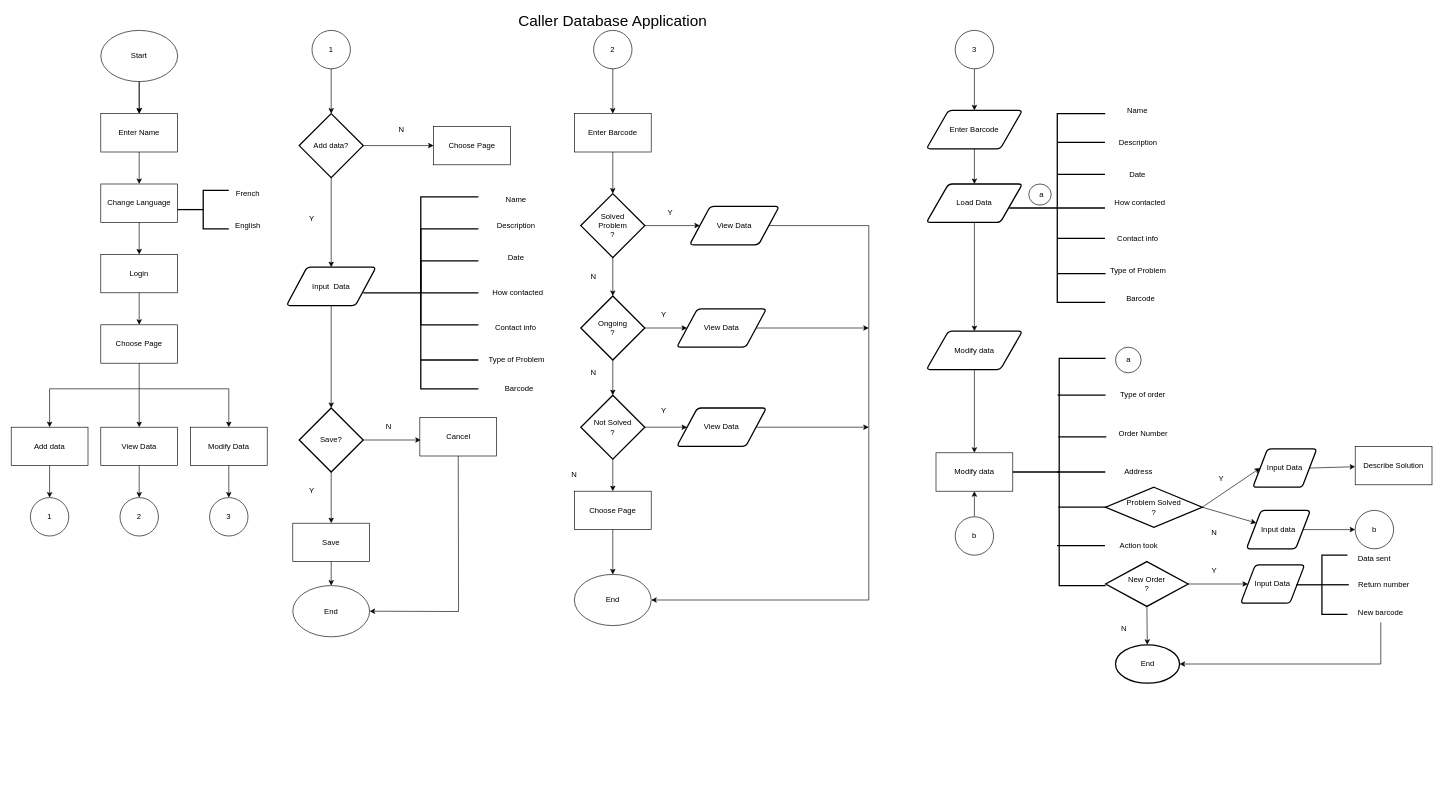
Before: deliverable 3/Flowchart.drawio in D3153/SystemDevTermProject, a draw.io diagram. Source tidied: cells renumbered, new cells numbered last; positions are measured from the earlier drawing's top-left corner, leaving out a move shared by most shapes. Both pictures are drawn from the tidied source at 64%, with x=0, y=0 at pixel (11, 11).
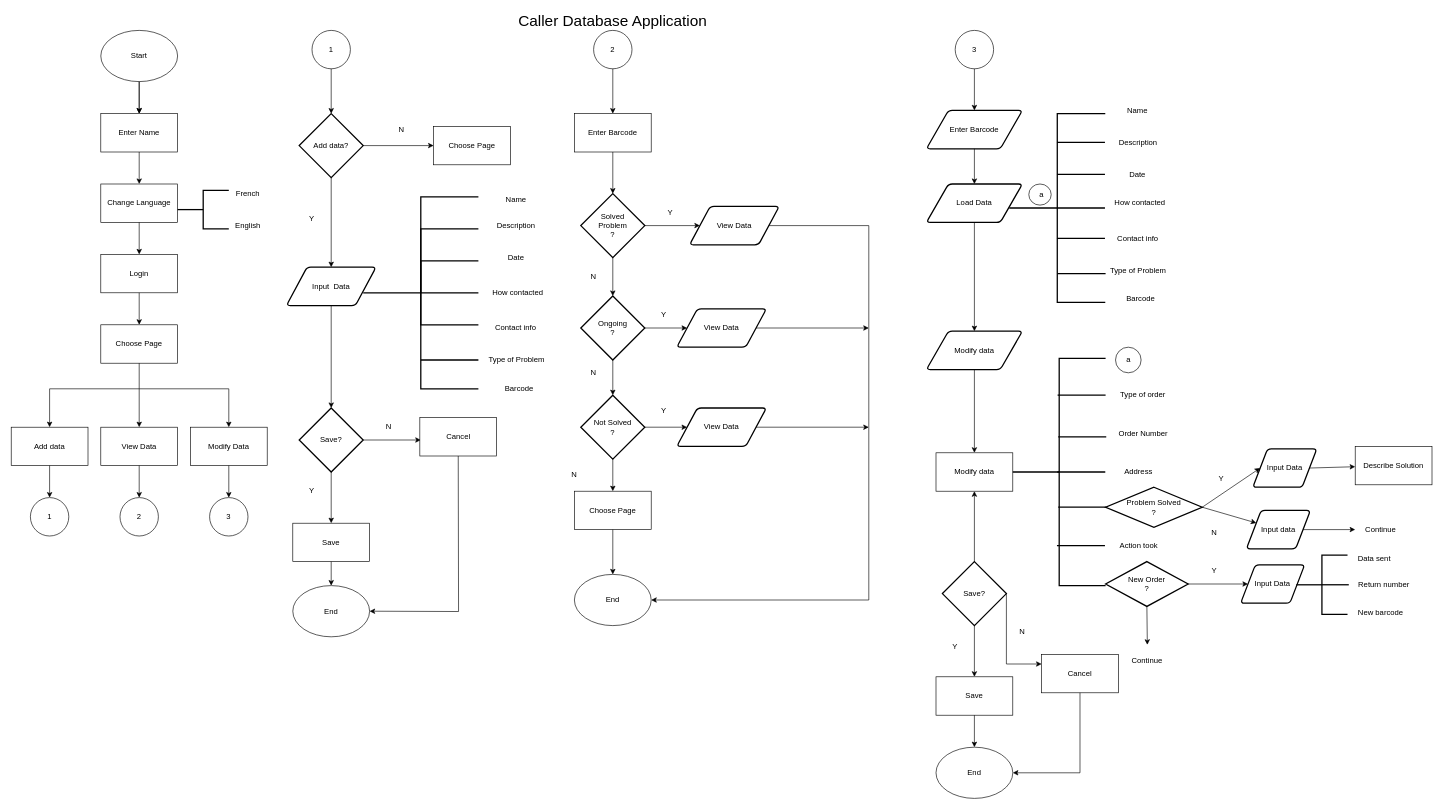
Above is the later version.

Unchanged cells that the change refers to:
```xml
<mxCell id="100" value="Modify data" style="rounded=0;whiteSpace=wrap;html=1;" parent="1" vertex="1">
  <mxGeometry x="1445" y="690" width="120" height="60" as="geometry" />
</mxCell>
<mxCell id="124" value="New Order&lt;br&gt;?" style="strokeWidth=2;html=1;shape=mxgraph.flowchart.decision;whiteSpace=wrap;" parent="1" vertex="1">
  <mxGeometry x="1710" y="860" width="129" height="70" as="geometry" />
</mxCell>
<mxCell id="132" value="Input data" style="shape=parallelogram;html=1;strokeWidth=2;perimeter=parallelogramPerimeter;whiteSpace=wrap;rounded=1;arcSize=12;size=0.23;" parent="1" vertex="1">
  <mxGeometry x="1930" y="780" width="100" height="60" as="geometry" />
</mxCell>
<mxCell id="144" value="New barcode" style="text;html=1;strokeColor=none;fillColor=none;align=center;verticalAlign=middle;whiteSpace=wrap;rounded=0;" parent="1" vertex="1">
  <mxGeometry x="2100" y="925" width="80" height="30" as="geometry" />
</mxCell>
```

The edit, as a diff of the source:
```diff
@@
-    <mxCell id="101" style="endArrow=classic;html=1;rounded=0;entryX=0.5;entryY=1;entryDx=0;entryDy=0;" parent="1" edge="1" source="102" target="100">
+    <mxCell id="101" style="endArrow=classic;html=1;rounded=0;entryX=0.5;entryY=1;entryDx=0;entryDy=0;exitX=0.5;exitY=0;exitDx=0;exitDy=0;exitPerimeter=0;" parent="1" edge="1" source="162" target="100">
       <mxGeometry relative="1" as="geometry" />
     </mxCell>
-    <mxCell id="102" style="verticalLabelPosition=bottom;verticalAlign=top;html=1;shape=mxgraph.flowchart.on-page_reference;" parent="1" vertex="1">
-      <mxGeometry x="1475" y="790" width="60" height="60" as="geometry" />
-    </mxCell>
@@
-    <mxCell id="122" value="b" style="text;html=1;strokeColor=none;fillColor=none;align=center;verticalAlign=middle;whiteSpace=wrap;rounded=0;" parent="1" vertex="1">
-      <mxGeometry x="1475" y="805" width="60" height="30" as="geometry" />
-    </mxCell>
@@
-    <mxCell id="125" style="endArrow=classic;html=1;rounded=0;exitX=0.5;exitY=1;exitDx=0;exitDy=0;exitPerimeter=0;" parent="1" edge="1" source="124" target="126">
-      <mxGeometry relative="1" as="geometry" />
+    <mxCell id="125" style="endArrow=classic;html=1;rounded=0;exitX=0.5;exitY=1;exitDx=0;exitDy=0;exitPerimeter=0;" parent="1" edge="1" source="124">
+      <mxGeometry relative="1" as="geometry">
+        <mxPoint x="1775.2" y="990" as="targetPoint" />
+      </mxGeometry>
     </mxCell>
-    <mxCell id="126" value="End" style="strokeWidth=2;html=1;shape=mxgraph.flowchart.start_1;whiteSpace=wrap;" parent="1" vertex="1">
-      <mxGeometry x="1725.5" y="990" width="100" height="60" as="geometry" />
-    </mxCell>
@@
-    <mxCell id="133" style="endArrow=classic;html=1;rounded=0;entryX=0;entryY=0.5;entryDx=0;entryDy=0;" parent="1" edge="1" source="132" target="135">
-      <mxGeometry relative="1" as="geometry" />
+    <mxCell id="133" style="endArrow=classic;html=1;rounded=0;entryX=0;entryY=0.5;entryDx=0;entryDy=0;" parent="1" edge="1" source="132">
+      <mxGeometry relative="1" as="geometry">
+        <mxPoint x="2100" y="810" as="targetPoint" />
+      </mxGeometry>
     </mxCell>
-    <mxCell id="134" style="verticalLabelPosition=bottom;verticalAlign=top;html=1;shape=mxgraph.flowchart.on-page_reference;" parent="1" vertex="1">
-      <mxGeometry x="2100" y="780" width="60" height="60" as="geometry" />
-    </mxCell>
-    <mxCell id="135" value="b" style="text;html=1;strokeColor=none;fillColor=none;align=center;verticalAlign=middle;whiteSpace=wrap;rounded=0;" parent="1" vertex="1">
-      <mxGeometry x="2100" y="795" width="60" height="30" as="geometry" />
-    </mxCell>
@@
-    <mxCell id="141" value="N" style="text;html=1;strokeColor=none;fillColor=none;align=center;verticalAlign=middle;whiteSpace=wrap;rounded=0;" parent="1" vertex="1">
-      <mxGeometry x="1709" y="950" width="60" height="30" as="geometry" />
+    <mxCell id="141" value="Continue" style="text;html=1;strokeColor=none;fillColor=none;align=center;verticalAlign=middle;whiteSpace=wrap;rounded=0;" parent="1" vertex="1">
+      <mxGeometry x="1744.5" y="1000" width="60" height="30" as="geometry" />
     </mxCell>
@@
-    <mxCell id="147" style="endArrow=classic;html=1;rounded=0;exitX=0.5;exitY=1;exitDx=0;exitDy=0;entryX=1;entryY=0.5;entryDx=0;entryDy=0;entryPerimeter=0;" parent="1" edge="1" source="144" target="126">
-      <mxGeometry relative="1" as="geometry">
-        <Array as="points">
-          <mxPoint x="2140" y="1020" />
-        </Array>
-      </mxGeometry>
-    </mxCell>
@@
+    <mxCell id="161" value="Continue" style="text;html=1;strokeColor=none;fillColor=none;align=center;verticalAlign=middle;whiteSpace=wrap;rounded=0;" parent="1" vertex="1">
+      <mxGeometry x="2110" y="795" width="60" height="30" as="geometry" />
+    </mxCell>
+    <mxCell id="126" value="End" style="ellipse;whiteSpace=wrap;html=1;" parent="1" vertex="1">
+      <mxGeometry x="1445" y="1150" width="120" height="80" as="geometry" />
+    </mxCell>
+    <mxCell id="162" value="Save?" style="strokeWidth=2;html=1;shape=mxgraph.flowchart.decision;whiteSpace=wrap;" parent="1" vertex="1">
+      <mxGeometry x="1455" y="860" width="100" height="100" as="geometry" />
+    </mxCell>
+    <mxCell id="163" style="endArrow=classic;html=1;rounded=0;exitX=1;exitY=0.5;exitDx=0;exitDy=0;exitPerimeter=0;entryX=0;entryY=0.25;entryDx=0;entryDy=0;" parent="1" edge="1" source="162" target="167">
+      <mxGeometry relative="1" as="geometry">
+        <Array as="points">
+          <mxPoint x="1555" y="1020" />
+        </Array>
+      </mxGeometry>
+    </mxCell>
+    <mxCell id="164" value="N" style="text;html=1;strokeColor=none;fillColor=none;align=center;verticalAlign=middle;whiteSpace=wrap;rounded=0;" parent="1" vertex="1">
+      <mxGeometry x="1550" y="955" width="60" height="30" as="geometry" />
+    </mxCell>
+    <mxCell id="165" style="endArrow=classic;html=1;rounded=0;exitX=0.5;exitY=1;exitDx=0;exitDy=0;exitPerimeter=0;entryX=0.5;entryY=0;entryDx=0;entryDy=0;" parent="1" edge="1" source="162" target="166">
+      <mxGeometry relative="1" as="geometry" />
+    </mxCell>
+    <mxCell id="166" value="Save" style="rounded=0;whiteSpace=wrap;html=1;" parent="1" vertex="1">
+      <mxGeometry x="1445" y="1040" width="120" height="60" as="geometry" />
+    </mxCell>
+    <mxCell id="167" value="Cancel" style="rounded=0;whiteSpace=wrap;html=1;" parent="1" vertex="1">
+      <mxGeometry x="1610" y="1005" width="120" height="60" as="geometry" />
+    </mxCell>
+    <mxCell id="168" value="Y" style="text;html=1;strokeColor=none;fillColor=none;align=center;verticalAlign=middle;whiteSpace=wrap;rounded=0;" parent="1" vertex="1">
+      <mxGeometry x="1445" y="977.5" width="60" height="30" as="geometry" />
+    </mxCell>
+    <mxCell id="169" style="endArrow=classic;html=1;rounded=0;exitX=0.5;exitY=1;exitDx=0;exitDy=0;entryX=0.5;entryY=0;entryDx=0;entryDy=0;" parent="1" edge="1" source="166" target="126">
+      <mxGeometry relative="1" as="geometry" />
+    </mxCell>
+    <mxCell id="170" style="endArrow=classic;html=1;rounded=0;entryX=1;entryY=0.5;entryDx=0;entryDy=0;exitX=0.5;exitY=1;exitDx=0;exitDy=0;" parent="1" edge="1" source="167" target="126">
+      <mxGeometry relative="1" as="geometry">
+        <Array as="points">
+          <mxPoint x="1670" y="1190" />
+        </Array>
+      </mxGeometry>
+    </mxCell>
```
